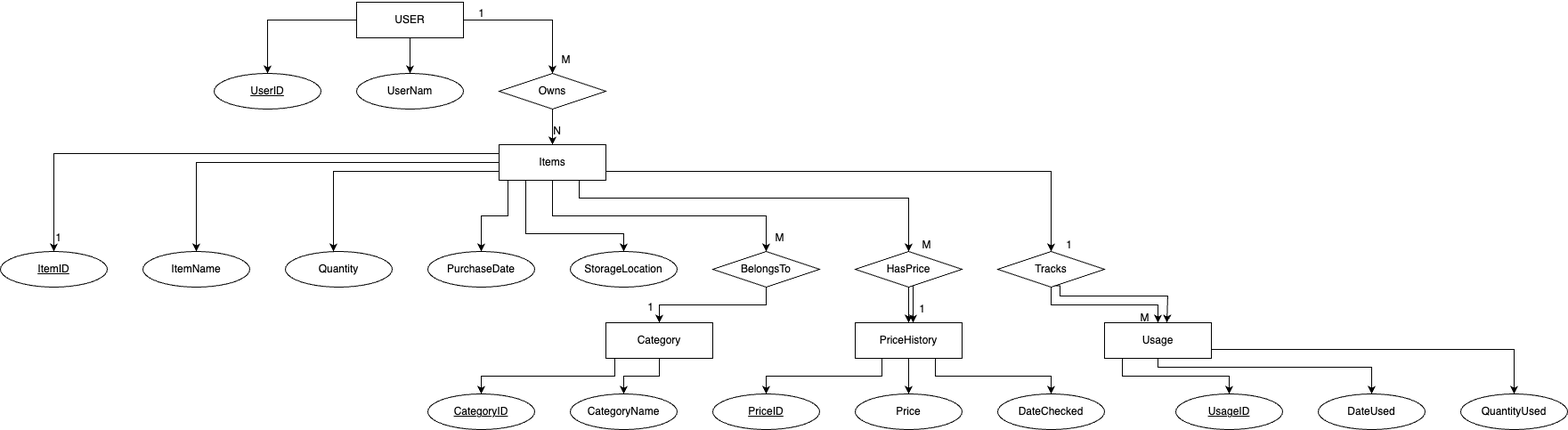
This is Database/Draft_ERD.drawio.png from anhvuanhvu/SPU_CSC3220_W25_T7, a draw.io export, as it was before one commit. Source tidied: cells renumbered, new cells last; positions are measured from the earlier drawing's top-left corner, leaving out a move shared by most shapes. Its diagram source:
```xml
<mxGraphModel>
  <root>
    <mxCell id="0" />
    <mxCell id="1" parent="0" />
    <mxCell id="2" style="edgeStyle=orthogonalEdgeStyle;rounded=0;jettySize=auto;html=1;entryX=0.5;entryY=0;entryDx=0;entryDy=0;" parent="1" edge="1" source="5" target="7">
      <mxGeometry relative="1" as="geometry" />
    </mxCell>
    <mxCell id="3" style="edgeStyle=orthogonalEdgeStyle;rounded=0;jettySize=auto;html=1;" parent="1" edge="1" source="5" target="6">
      <mxGeometry relative="1" as="geometry" />
    </mxCell>
    <mxCell id="4" style="edgeStyle=orthogonalEdgeStyle;rounded=0;jettySize=auto;html=1;entryX=0.5;entryY=0;entryDx=0;entryDy=0;" parent="1" edge="1" source="5" target="9">
      <mxGeometry relative="1" as="geometry" />
    </mxCell>
    <mxCell id="5" value="USER" style="rounded=0;whiteSpace=wrap;html=1;" parent="1" vertex="1">
      <mxGeometry x="400" y="2" width="120" height="40" as="geometry" />
    </mxCell>
    <mxCell id="6" value="UserNam" style="ellipse;whiteSpace=wrap;html=1;" parent="1" vertex="1">
      <mxGeometry x="400" y="82" width="120" height="40" as="geometry" />
    </mxCell>
    <mxCell id="7" value="&lt;u&gt;UserID&lt;/u&gt;" style="ellipse;whiteSpace=wrap;html=1;" parent="1" vertex="1">
      <mxGeometry x="240" y="82" width="120" height="40" as="geometry" />
    </mxCell>
    <mxCell id="8" style="edgeStyle=orthogonalEdgeStyle;rounded=0;jettySize=auto;html=1;exitX=0.5;exitY=1;exitDx=0;exitDy=0;entryX=0.5;entryY=0;entryDx=0;entryDy=0;" parent="1" edge="1" source="9" target="17">
      <mxGeometry relative="1" as="geometry" />
    </mxCell>
    <mxCell id="9" value="Owns" style="rhombus;whiteSpace=wrap;html=1;" parent="1" vertex="1">
      <mxGeometry x="560" y="82" width="120" height="40" as="geometry" />
    </mxCell>
    <mxCell id="10" style="edgeStyle=orthogonalEdgeStyle;rounded=0;jettySize=auto;html=1;exitX=0.5;exitY=1;exitDx=0;exitDy=0;entryX=0.5;entryY=0;entryDx=0;entryDy=0;" parent="1" edge="1" source="17" target="25">
      <mxGeometry relative="1" as="geometry" />
    </mxCell>
    <mxCell id="11" style="edgeStyle=orthogonalEdgeStyle;rounded=0;jettySize=auto;html=1;exitX=0.75;exitY=1;exitDx=0;exitDy=0;entryX=0.5;entryY=0;entryDx=0;entryDy=0;" parent="1" edge="1" target="27">
      <mxGeometry relative="1" as="geometry">
        <mxPoint x="650" y="192" as="sourcePoint" />
        <Array as="points">
          <mxPoint x="650" y="222" />
          <mxPoint x="1020" y="222" />
        </Array>
      </mxGeometry>
    </mxCell>
    <mxCell id="12" style="edgeStyle=orthogonalEdgeStyle;rounded=0;jettySize=auto;html=1;exitX=1;exitY=1;exitDx=0;exitDy=0;entryX=0.5;entryY=0;entryDx=0;entryDy=0;" parent="1" edge="1" source="17" target="41">
      <mxGeometry relative="1" as="geometry">
        <Array as="points">
          <mxPoint x="680" y="192" />
          <mxPoint x="1180" y="192" />
        </Array>
      </mxGeometry>
    </mxCell>
    <mxCell id="13" style="edgeStyle=orthogonalEdgeStyle;rounded=0;jettySize=auto;html=1;exitX=0.25;exitY=1;exitDx=0;exitDy=0;" parent="1" edge="1" source="17" target="19">
      <mxGeometry relative="1" as="geometry">
        <Array as="points">
          <mxPoint x="590" y="262" />
          <mxPoint x="700" y="262" />
        </Array>
      </mxGeometry>
    </mxCell>
    <mxCell id="14" style="edgeStyle=orthogonalEdgeStyle;rounded=0;jettySize=auto;html=1;exitX=0;exitY=1;exitDx=0;exitDy=0;" parent="1" edge="1" source="17" target="18">
      <mxGeometry relative="1" as="geometry">
        <Array as="points">
          <mxPoint x="570" y="202" />
          <mxPoint x="570" y="242" />
          <mxPoint x="540" y="242" />
        </Array>
      </mxGeometry>
    </mxCell>
    <mxCell id="15" style="edgeStyle=orthogonalEdgeStyle;rounded=0;jettySize=auto;html=1;exitX=0;exitY=0.5;exitDx=0;exitDy=0;entryX=0.5;entryY=0;entryDx=0;entryDy=0;" parent="1" edge="1" source="17" target="21">
      <mxGeometry relative="1" as="geometry" />
    </mxCell>
    <mxCell id="16" style="edgeStyle=orthogonalEdgeStyle;rounded=0;jettySize=auto;html=1;exitX=0;exitY=0;exitDx=0;exitDy=0;entryX=0.5;entryY=0;entryDx=0;entryDy=0;" parent="1" edge="1" source="17" target="22">
      <mxGeometry relative="1" as="geometry">
        <Array as="points">
          <mxPoint x="560" y="172" />
          <mxPoint x="60" y="172" />
        </Array>
      </mxGeometry>
    </mxCell>
    <mxCell id="17" value="Items" style="rounded=0;whiteSpace=wrap;html=1;" parent="1" vertex="1">
      <mxGeometry x="560" y="162" width="120" height="40" as="geometry" />
    </mxCell>
    <mxCell id="18" value="PurchaseDate" style="ellipse;whiteSpace=wrap;html=1;" parent="1" vertex="1">
      <mxGeometry x="480" y="282" width="120" height="40" as="geometry" />
    </mxCell>
    <mxCell id="19" value="StorageLocation" style="ellipse;whiteSpace=wrap;html=1;" parent="1" vertex="1">
      <mxGeometry x="640" y="282" width="120" height="40" as="geometry" />
    </mxCell>
    <mxCell id="20" value="Quantity" style="ellipse;whiteSpace=wrap;html=1;" parent="1" vertex="1">
      <mxGeometry x="320" y="282" width="120" height="40" as="geometry" />
    </mxCell>
    <mxCell id="21" value="ItemName" style="ellipse;whiteSpace=wrap;html=1;" parent="1" vertex="1">
      <mxGeometry x="160" y="282" width="120" height="40" as="geometry" />
    </mxCell>
    <mxCell id="22" value="&lt;u&gt;ItemID&lt;/u&gt;" style="ellipse;whiteSpace=wrap;html=1;" parent="1" vertex="1">
      <mxGeometry y="282" width="120" height="40" as="geometry" />
    </mxCell>
    <mxCell id="23" style="edgeStyle=orthogonalEdgeStyle;rounded=0;orthogonalLoop=1;jettySize=auto;html=1;exitX=0.5;exitY=1;exitDx=0;exitDy=0;" parent="1" edge="1" source="20" target="20">
      <mxGeometry relative="1" as="geometry" />
    </mxCell>
    <mxCell id="24" style="edgeStyle=orthogonalEdgeStyle;rounded=0;jettySize=auto;html=1;exitX=0.5;exitY=1;exitDx=0;exitDy=0;entryX=0.5;entryY=0;entryDx=0;entryDy=0;" parent="1" edge="1" source="25" target="30">
      <mxGeometry relative="1" as="geometry" />
    </mxCell>
    <mxCell id="25" value="BelongsTo" style="rhombus;whiteSpace=wrap;html=1;" parent="1" vertex="1">
      <mxGeometry x="800" y="282" width="120" height="40" as="geometry" />
    </mxCell>
    <mxCell id="26" style="edgeStyle=orthogonalEdgeStyle;rounded=0;jettySize=auto;html=1;exitX=0.5;exitY=1;exitDx=0;exitDy=0;entryX=0.5;entryY=0;entryDx=0;entryDy=0;" parent="1" edge="1" source="27" target="36">
      <mxGeometry relative="1" as="geometry" />
    </mxCell>
    <mxCell id="27" value="HasPrice" style="rhombus;whiteSpace=wrap;html=1;" parent="1" vertex="1">
      <mxGeometry x="960" y="282" width="120" height="40" as="geometry" />
    </mxCell>
    <mxCell id="28" style="edgeStyle=orthogonalEdgeStyle;rounded=0;jettySize=auto;html=1;entryX=0.5;entryY=0;entryDx=0;entryDy=0;" parent="1" edge="1" source="30" target="39">
      <mxGeometry relative="1" as="geometry" />
    </mxCell>
    <mxCell id="29" style="edgeStyle=orthogonalEdgeStyle;rounded=0;jettySize=auto;html=1;exitX=0;exitY=1;exitDx=0;exitDy=0;entryX=0.5;entryY=0;entryDx=0;entryDy=0;" parent="1" edge="1" source="30" target="38">
      <mxGeometry relative="1" as="geometry">
        <Array as="points">
          <mxPoint x="690" y="402" />
          <mxPoint x="690" y="422" />
          <mxPoint x="540" y="422" />
        </Array>
      </mxGeometry>
    </mxCell>
    <mxCell id="30" value="Category" style="rounded=0;whiteSpace=wrap;html=1;" parent="1" vertex="1">
      <mxGeometry x="680" y="362" width="120" height="40" as="geometry" />
    </mxCell>
    <mxCell id="31" value="DateChecked" style="ellipse;whiteSpace=wrap;html=1;" parent="1" vertex="1">
      <mxGeometry x="1120" y="442" width="120" height="40" as="geometry" />
    </mxCell>
    <mxCell id="32" value="&lt;u&gt;PriceID&lt;/u&gt;" style="ellipse;whiteSpace=wrap;html=1;" parent="1" vertex="1">
      <mxGeometry x="800" y="442" width="120" height="40" as="geometry" />
    </mxCell>
    <mxCell id="33" style="edgeStyle=orthogonalEdgeStyle;rounded=0;jettySize=auto;html=1;exitX=0.5;exitY=1;exitDx=0;exitDy=0;entryX=0.5;entryY=0;entryDx=0;entryDy=0;" parent="1" edge="1" source="36" target="37">
      <mxGeometry relative="1" as="geometry" />
    </mxCell>
    <mxCell id="34" style="edgeStyle=orthogonalEdgeStyle;rounded=0;jettySize=auto;html=1;exitX=0.25;exitY=1;exitDx=0;exitDy=0;entryX=0.5;entryY=0;entryDx=0;entryDy=0;" parent="1" edge="1" source="36" target="32">
      <mxGeometry relative="1" as="geometry" />
    </mxCell>
    <mxCell id="35" style="edgeStyle=orthogonalEdgeStyle;rounded=0;jettySize=auto;html=1;exitX=0.75;exitY=1;exitDx=0;exitDy=0;" parent="1" edge="1" source="36" target="31">
      <mxGeometry relative="1" as="geometry" />
    </mxCell>
    <mxCell id="36" value="PriceHistory" style="rounded=0;whiteSpace=wrap;html=1;" parent="1" vertex="1">
      <mxGeometry x="960" y="362" width="120" height="40" as="geometry" />
    </mxCell>
    <mxCell id="37" value="Price" style="ellipse;whiteSpace=wrap;html=1;" parent="1" vertex="1">
      <mxGeometry x="960" y="442" width="120" height="40" as="geometry" />
    </mxCell>
    <mxCell id="38" value="&lt;u&gt;CategoryID&lt;/u&gt;" style="ellipse;whiteSpace=wrap;html=1;" parent="1" vertex="1">
      <mxGeometry x="480" y="442" width="120" height="40" as="geometry" />
    </mxCell>
    <mxCell id="39" value="CategoryName" style="ellipse;whiteSpace=wrap;html=1;" parent="1" vertex="1">
      <mxGeometry x="640" y="442" width="120" height="40" as="geometry" />
    </mxCell>
    <mxCell id="40" style="edgeStyle=orthogonalEdgeStyle;rounded=0;jettySize=auto;html=1;entryX=0.5;entryY=0;entryDx=0;entryDy=0;" parent="1" edge="1" source="41" target="45">
      <mxGeometry relative="1" as="geometry" />
    </mxCell>
    <mxCell id="41" value="Tracks" style="rhombus;whiteSpace=wrap;html=1;" parent="1" vertex="1">
      <mxGeometry x="1120" y="282" width="120" height="40" as="geometry" />
    </mxCell>
    <mxCell id="42" style="edgeStyle=orthogonalEdgeStyle;rounded=0;jettySize=auto;html=1;" parent="1" edge="1" source="45" target="46">
      <mxGeometry relative="1" as="geometry">
        <Array as="points">
          <mxPoint x="1260" y="422" />
          <mxPoint x="1380" y="422" />
        </Array>
      </mxGeometry>
    </mxCell>
    <mxCell id="43" style="edgeStyle=orthogonalEdgeStyle;rounded=0;jettySize=auto;html=1;exitX=1;exitY=0.5;exitDx=0;exitDy=0;entryX=0.5;entryY=0;entryDx=0;entryDy=0;" parent="1" edge="1" target="47">
      <mxGeometry relative="1" as="geometry">
        <mxPoint x="1360" y="392" as="sourcePoint" />
        <Array as="points">
          <mxPoint x="1300" y="392" />
          <mxPoint x="1300" y="412" />
          <mxPoint x="1540" y="412" />
        </Array>
      </mxGeometry>
    </mxCell>
    <mxCell id="44" style="edgeStyle=orthogonalEdgeStyle;rounded=0;jettySize=auto;html=1;entryX=0.5;entryY=0;entryDx=0;entryDy=0;" parent="1" edge="1" source="45" target="48">
      <mxGeometry relative="1" as="geometry">
        <Array as="points">
          <mxPoint x="1700" y="392" />
        </Array>
      </mxGeometry>
    </mxCell>
    <mxCell id="45" value="Usage" style="rounded=0;whiteSpace=wrap;html=1;" parent="1" vertex="1">
      <mxGeometry x="1240" y="362" width="120" height="40" as="geometry" />
    </mxCell>
    <mxCell id="46" value="&lt;u&gt;UsageID&lt;/u&gt;" style="ellipse;whiteSpace=wrap;html=1;" parent="1" vertex="1">
      <mxGeometry x="1320" y="442" width="120" height="40" as="geometry" />
    </mxCell>
    <mxCell id="47" value="DateUsed" style="ellipse;whiteSpace=wrap;html=1;" parent="1" vertex="1">
      <mxGeometry x="1480" y="442" width="120" height="40" as="geometry" />
    </mxCell>
    <mxCell id="48" value="QuantityUsed" style="ellipse;whiteSpace=wrap;html=1;" parent="1" vertex="1">
      <mxGeometry x="1640" y="442" width="120" height="40" as="geometry" />
    </mxCell>
    <mxCell id="49" style="edgeStyle=orthogonalEdgeStyle;rounded=0;jettySize=auto;html=1;exitX=0;exitY=0.75;exitDx=0;exitDy=0;entryX=0.45;entryY=0;entryDx=0;entryDy=0;entryPerimeter=0;" parent="1" edge="1" source="17" target="20">
      <mxGeometry relative="1" as="geometry">
        <Array as="points">
          <mxPoint x="374" y="192" />
        </Array>
      </mxGeometry>
    </mxCell>
    <mxCell id="50" value="M" style="text;html=1;align=center;verticalAlign=middle;strokeColor=none;fillColor=none;" parent="1" vertex="1">
      <mxGeometry x="620" y="52" width="30" height="30" as="geometry" />
    </mxCell>
    <mxCell id="51" value="N" style="text;html=1;align=center;verticalAlign=middle;strokeColor=none;fillColor=none;" parent="1" vertex="1">
      <mxGeometry x="610" y="132" width="30" height="30" as="geometry" />
    </mxCell>
    <mxCell id="52" value="1" style="text;html=1;align=center;verticalAlign=middle;strokeColor=none;fillColor=none;" parent="1" vertex="1">
      <mxGeometry x="50" y="252" width="30" height="30" as="geometry" />
    </mxCell>
    <mxCell id="53" value="1" style="text;html=1;align=center;verticalAlign=middle;strokeColor=none;fillColor=none;" parent="1" vertex="1">
      <mxGeometry x="1020" y="332" width="30" height="30" as="geometry" />
    </mxCell>
    <mxCell id="54" value="M" style="text;html=1;align=center;verticalAlign=middle;strokeColor=none;fillColor=none;" parent="1" vertex="1">
      <mxGeometry x="1270" y="342" width="30" height="30" as="geometry" />
    </mxCell>
    <mxCell id="55" value="1" style="text;html=1;align=center;verticalAlign=middle;strokeColor=none;fillColor=none;" parent="1" vertex="1">
      <mxGeometry x="715" y="330" width="30" height="30" as="geometry" />
    </mxCell>
    <mxCell id="56" value="M" style="text;html=1;align=center;verticalAlign=middle;strokeColor=none;fillColor=none;" parent="1" vertex="1">
      <mxGeometry x="860" y="252" width="30" height="30" as="geometry" />
    </mxCell>
    <mxCell id="57" value="1" style="text;html=1;align=center;verticalAlign=middle;strokeColor=none;fillColor=none;" parent="1" vertex="1">
      <mxGeometry x="1185" y="260" width="30" height="30" as="geometry" />
    </mxCell>
    <mxCell id="58" value="M" style="text;html=1;align=center;verticalAlign=middle;strokeColor=none;fillColor=none;" parent="1" vertex="1">
      <mxGeometry x="1025" y="260" width="30" height="30" as="geometry" />
    </mxCell>
    <mxCell id="59" value="1" style="text;html=1;align=center;verticalAlign=middle;strokeColor=none;fillColor=none;" parent="1" vertex="1">
      <mxGeometry x="525" width="30" height="30" as="geometry" />
    </mxCell>
    <mxCell id="60" style="edgeStyle=orthogonalEdgeStyle;rounded=0;orthogonalLoop=1;jettySize=auto;html=1;exitX=0.5;exitY=1;exitDx=0;exitDy=0;" parent="1" edge="1">
      <mxGeometry relative="1" as="geometry">
        <mxPoint x="1025" y="320" as="sourcePoint" />
        <mxPoint x="1025" y="362" as="targetPoint" />
      </mxGeometry>
    </mxCell>
    <mxCell id="61" style="edgeStyle=orthogonalEdgeStyle;rounded=0;jettySize=auto;html=1;entryX=0.5;entryY=0;entryDx=0;entryDy=0;exitX=0.528;exitY=0.96;exitDx=0;exitDy=0;exitPerimeter=0;" parent="1" edge="1" source="41">
      <mxGeometry relative="1" as="geometry">
        <mxPoint x="1310" y="362" as="targetPoint" />
        <Array as="points">
          <mxPoint x="1190" y="320" />
          <mxPoint x="1190" y="332" />
          <mxPoint x="1311" y="332" />
          <mxPoint x="1311" y="362" />
        </Array>
      </mxGeometry>
    </mxCell>
  </root>
</mxGraphModel>
```
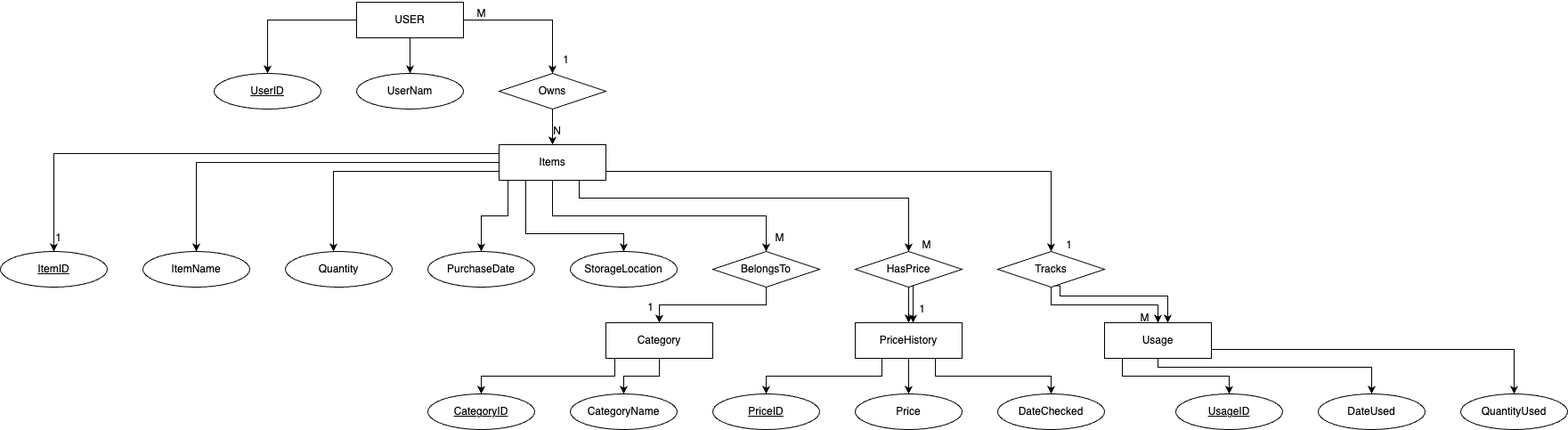
Later version of the same file.

What changed in the source:
```diff
@@ -199,7 +199,7 @@
         </Array>
       </mxGeometry>
     </mxCell>
-    <mxCell id="50" value="M" style="text;html=1;align=center;verticalAlign=middle;strokeColor=none;fillColor=none;" parent="1" vertex="1">
+    <mxCell id="50" value="1" style="text;html=1;align=center;verticalAlign=middle;strokeColor=none;fillColor=none;" parent="1" vertex="1">
       <mxGeometry x="620" y="52" width="30" height="30" as="geometry" />
     </mxCell>
     <mxCell id="51" value="N" style="text;html=1;align=center;verticalAlign=middle;strokeColor=none;fillColor=none;" parent="1" vertex="1">
@@ -226,7 +226,7 @@
     <mxCell id="58" value="M" style="text;html=1;align=center;verticalAlign=middle;strokeColor=none;fillColor=none;" parent="1" vertex="1">
       <mxGeometry x="1025" y="260" width="30" height="30" as="geometry" />
     </mxCell>
-    <mxCell id="59" value="1" style="text;html=1;align=center;verticalAlign=middle;strokeColor=none;fillColor=none;" parent="1" vertex="1">
+    <mxCell id="59" value="M" style="text;html=1;align=center;verticalAlign=middle;strokeColor=none;fillColor=none;" parent="1" vertex="1">
       <mxGeometry x="525" width="30" height="30" as="geometry" />
     </mxCell>
     <mxCell id="60" style="edgeStyle=orthogonalEdgeStyle;rounded=0;orthogonalLoop=1;jettySize=auto;html=1;exitX=0.5;exitY=1;exitDx=0;exitDy=0;" parent="1" edge="1">
```
